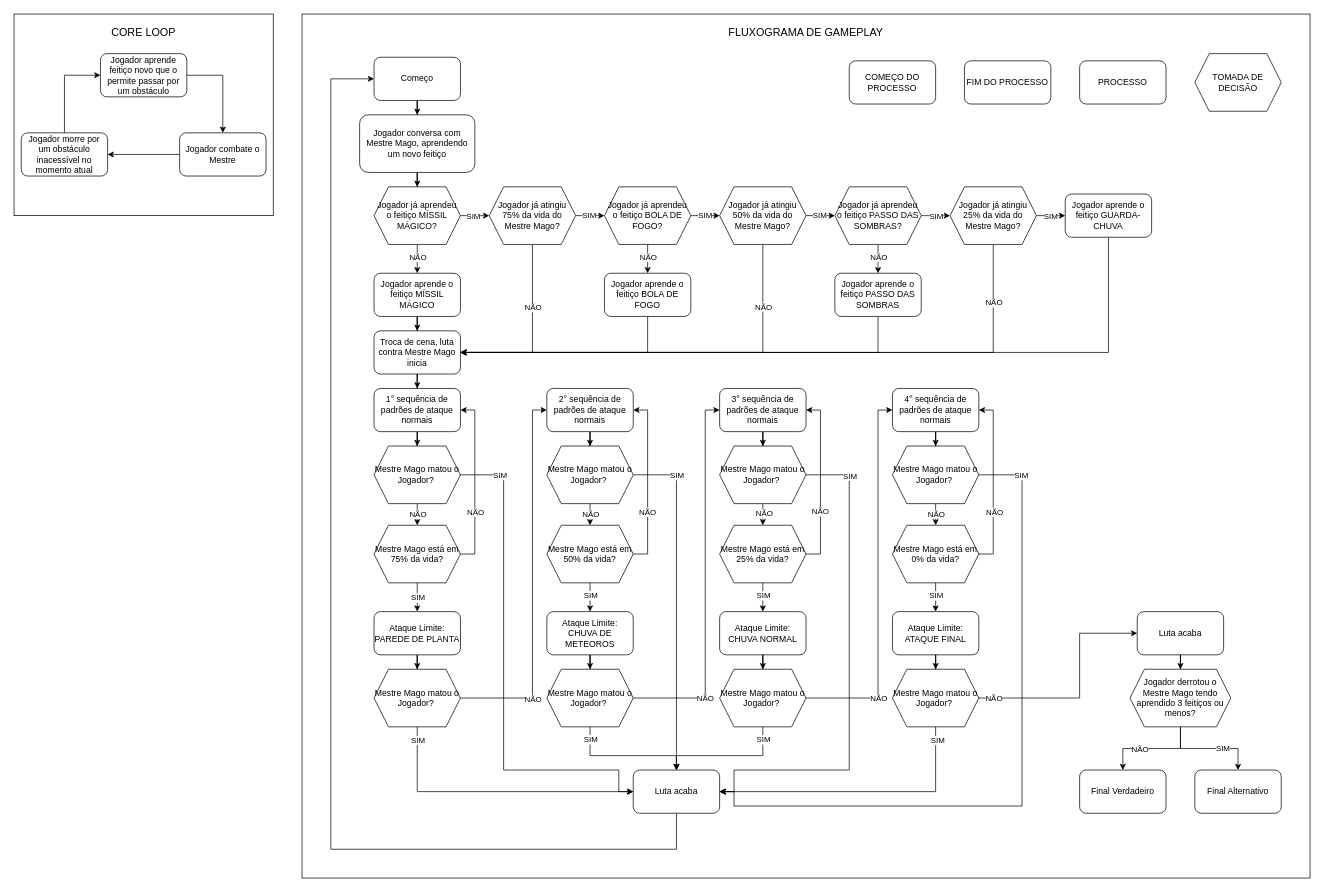
The draw.io diagram GMTKJam2025.drawio in Reimyel/Diagramas, before the edit. Source tidied: cells renumbered, new cells numbered last; positions are measured from the earlier drawing's top-left corner, leaving out a move shared by most shapes. Both pictures are drawn from the tidied source at 72%, with x=0, y=0 at pixel (14, 14).
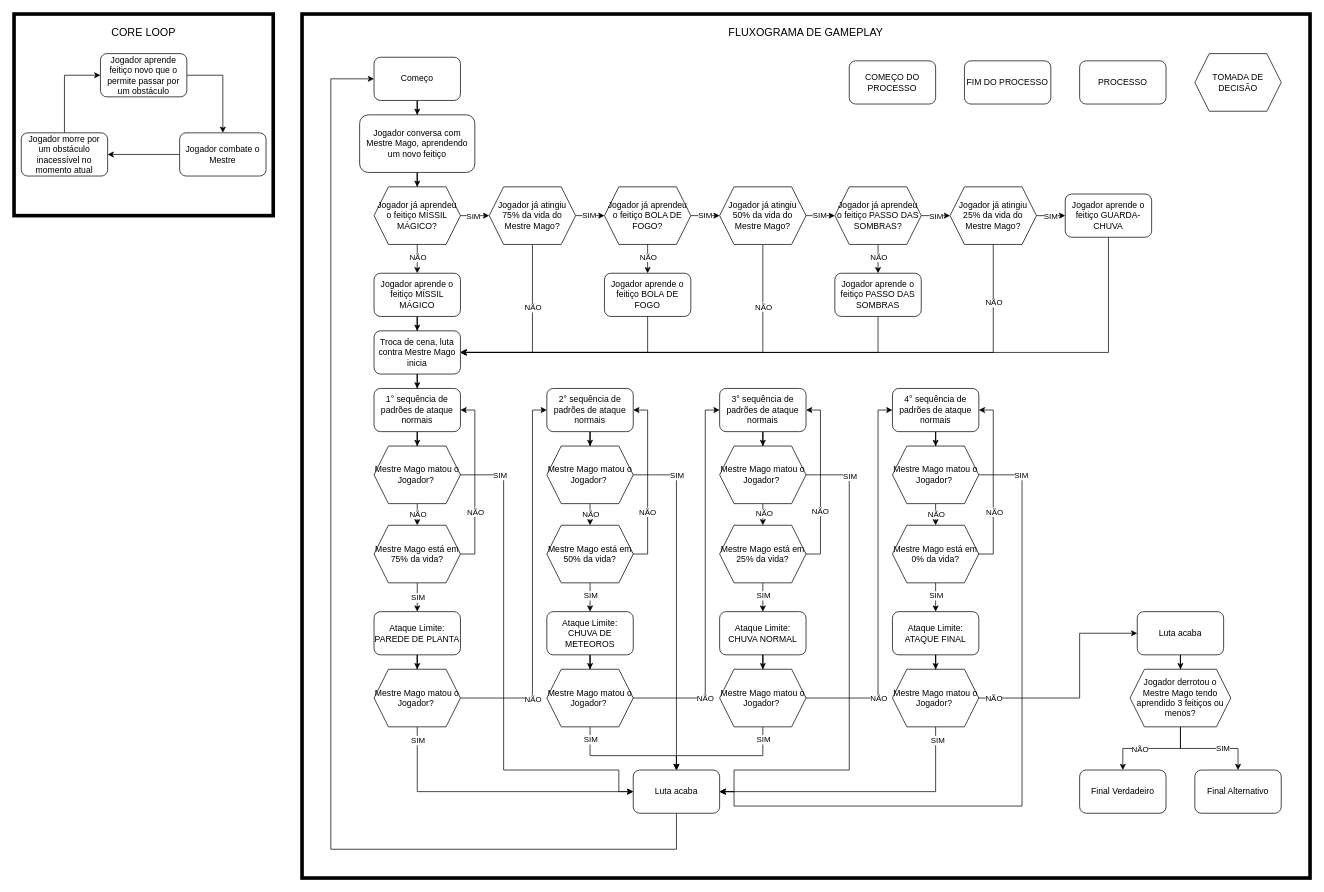
The same diagram, later.

What changed in the source:
```diff
@@
-    <mxCell id="2" style="rounded=0;whiteSpace=wrap;html=1;" parent="1" vertex="1">
+    <mxCell id="2" style="rounded=0;whiteSpace=wrap;html=1;strokeWidth=5;" parent="1" vertex="1">
       <mxGeometry x="400" width="1400" height="1200" as="geometry" />
     </mxCell>
@@
-    <mxCell id="4" style="rounded=0;whiteSpace=wrap;html=1;" parent="1" vertex="1">
+    <mxCell id="4" style="rounded=0;whiteSpace=wrap;html=1;strokeWidth=5;" parent="1" vertex="1">
       <mxGeometry width="360" height="280" as="geometry" />
     </mxCell>
```
